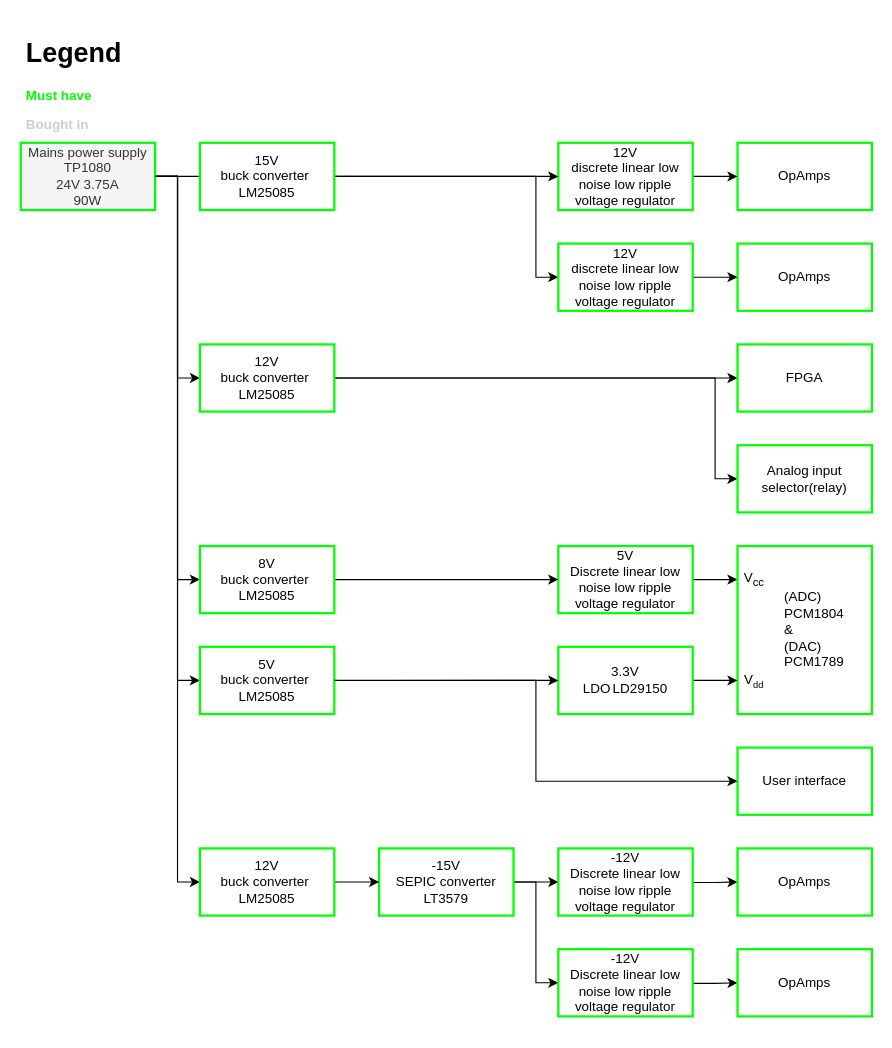
Before: Block diagrams/System design/Power supply.drawio in HeinVerhallen/Audio-DSP, a draw.io diagram. Source tidied: cells renumbered, new cells numbered last; positions are measured from the earlier drawing's top-left corner, leaving out a move shared by most shapes. Both pictures are drawn from the tidied source at 112%, with x=0, y=0 at pixel (20, 30).
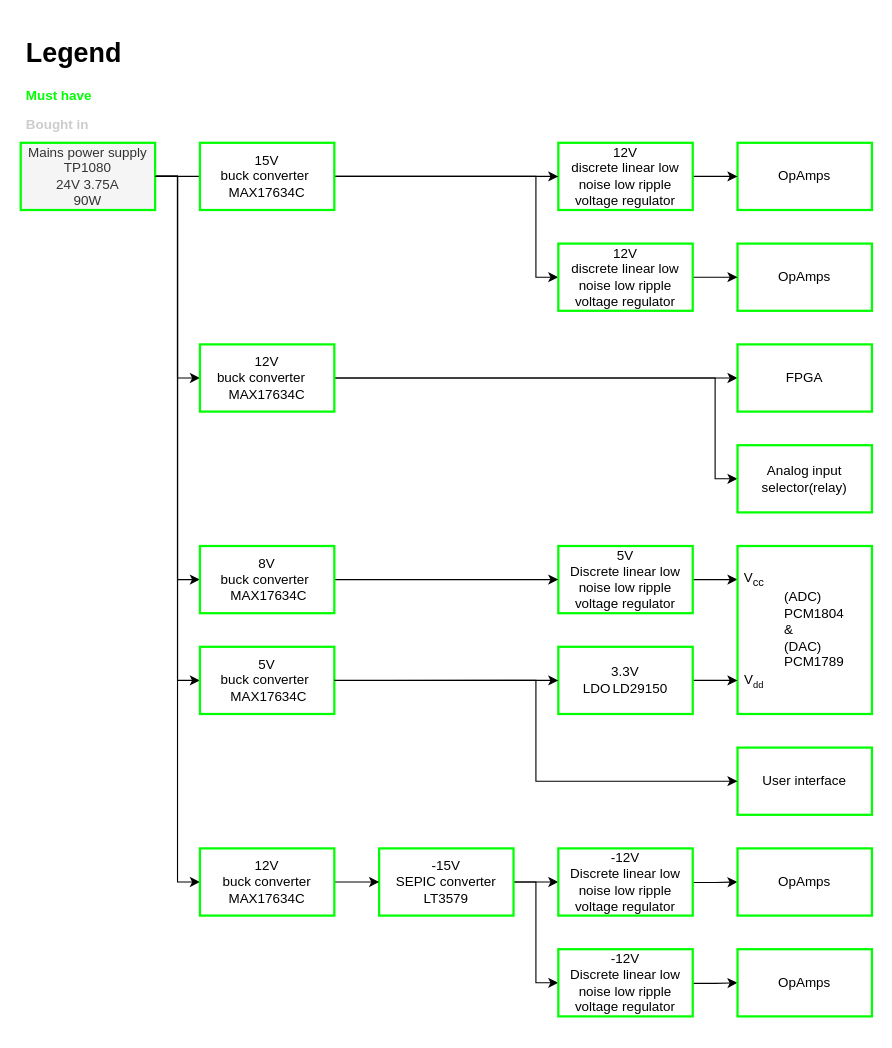
After the change.

What changed in the source:
```diff
@@
-    <mxCell id="12" value="12V &lt;br&gt;buck converter&amp;nbsp; LM25085" style="rounded=0;whiteSpace=wrap;html=1;strokeColor=#00FF00;strokeWidth=2;" parent="1" vertex="1">
+    <mxCell id="12" value="12V &lt;br&gt;buck converter&amp;nbsp; &amp;nbsp; MAX17634C" style="rounded=0;whiteSpace=wrap;html=1;strokeColor=#00FF00;strokeWidth=2;" parent="1" vertex="1">
       <mxGeometry x="160" y="280" width="120" height="60" as="geometry" />
     </mxCell>
@@
-    <mxCell id="30" value="8V &lt;br&gt;buck converter&amp;nbsp; LM25085" style="rounded=0;whiteSpace=wrap;html=1;strokeColor=#00FF00;strokeWidth=2;" parent="1" vertex="1">
+    <mxCell id="30" value="8V &lt;br&gt;buck converter&amp;nbsp; &amp;nbsp;MAX17634C" style="rounded=0;whiteSpace=wrap;html=1;strokeColor=#00FF00;strokeWidth=2;" parent="1" vertex="1">
       <mxGeometry x="160" y="460" width="120" height="60" as="geometry" />
     </mxCell>
-    <mxCell id="31" value="5V &lt;br&gt;buck converter&amp;nbsp; LM25085" style="rounded=0;whiteSpace=wrap;html=1;strokeColor=#00FF00;strokeWidth=2;" parent="1" vertex="1">
+    <mxCell id="31" value="5V &lt;br&gt;buck converter&amp;nbsp; &amp;nbsp;MAX17634C" style="rounded=0;whiteSpace=wrap;html=1;strokeColor=#00FF00;strokeWidth=2;" parent="1" vertex="1">
       <mxGeometry x="160" y="550" width="120" height="60" as="geometry" />
     </mxCell>
@@
-    <mxCell id="34" value="15V &lt;br&gt;buck converter&amp;nbsp; LM25085" style="rounded=0;whiteSpace=wrap;html=1;strokeColor=#00FF00;strokeWidth=2;" parent="1" vertex="1">
+    <mxCell id="34" value="15V &lt;br&gt;buck converter&amp;nbsp; MAX17634C" style="rounded=0;whiteSpace=wrap;html=1;strokeColor=#00FF00;strokeWidth=2;" parent="1" vertex="1">
       <mxGeometry x="160" y="100" width="120" height="60" as="geometry" />
     </mxCell>
@@
-    <mxCell id="48" value="12V &lt;br&gt;buck converter&amp;nbsp; LM25085" style="rounded=0;whiteSpace=wrap;html=1;strokeColor=#00FF00;strokeWidth=2;" parent="1" vertex="1">
+    <mxCell id="48" value="12V &lt;br&gt;buck converter MAX17634C" style="rounded=0;whiteSpace=wrap;html=1;strokeColor=#00FF00;strokeWidth=2;" parent="1" vertex="1">
       <mxGeometry x="160" y="730" width="120" height="60" as="geometry" />
     </mxCell>
```
